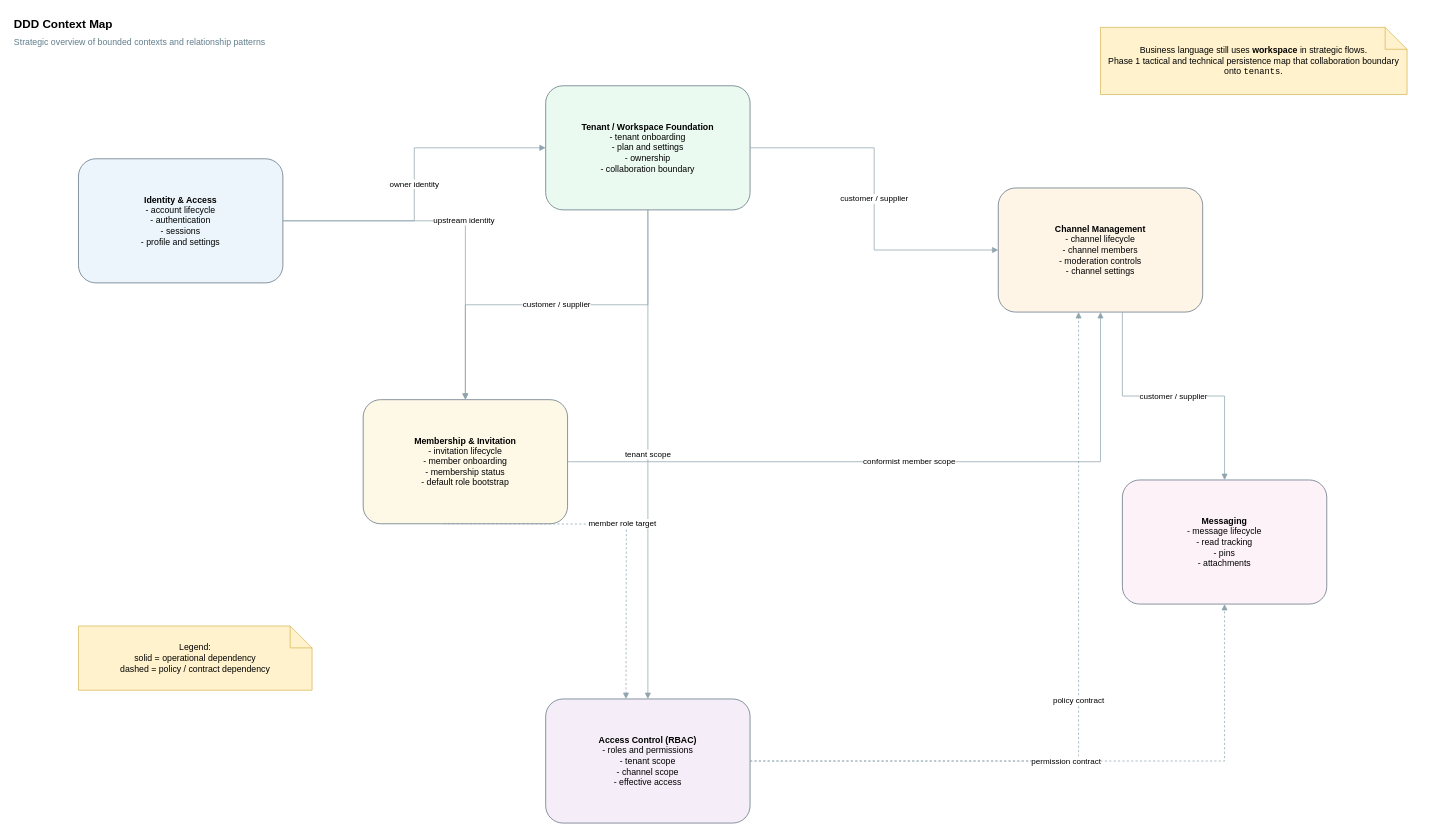
This is docs/strategic/context_map/00_context_map.drawio from NFMU/app-design, a draw.io file, before an edit. Source tidied: cells renumbered, new cells numbered last; positions are measured from the earlier drawing's top-left corner, leaving out a move shared by most shapes. Both pictures are drawn from the tidied source at 73%, with x=0, y=0 at pixel (12, 12).
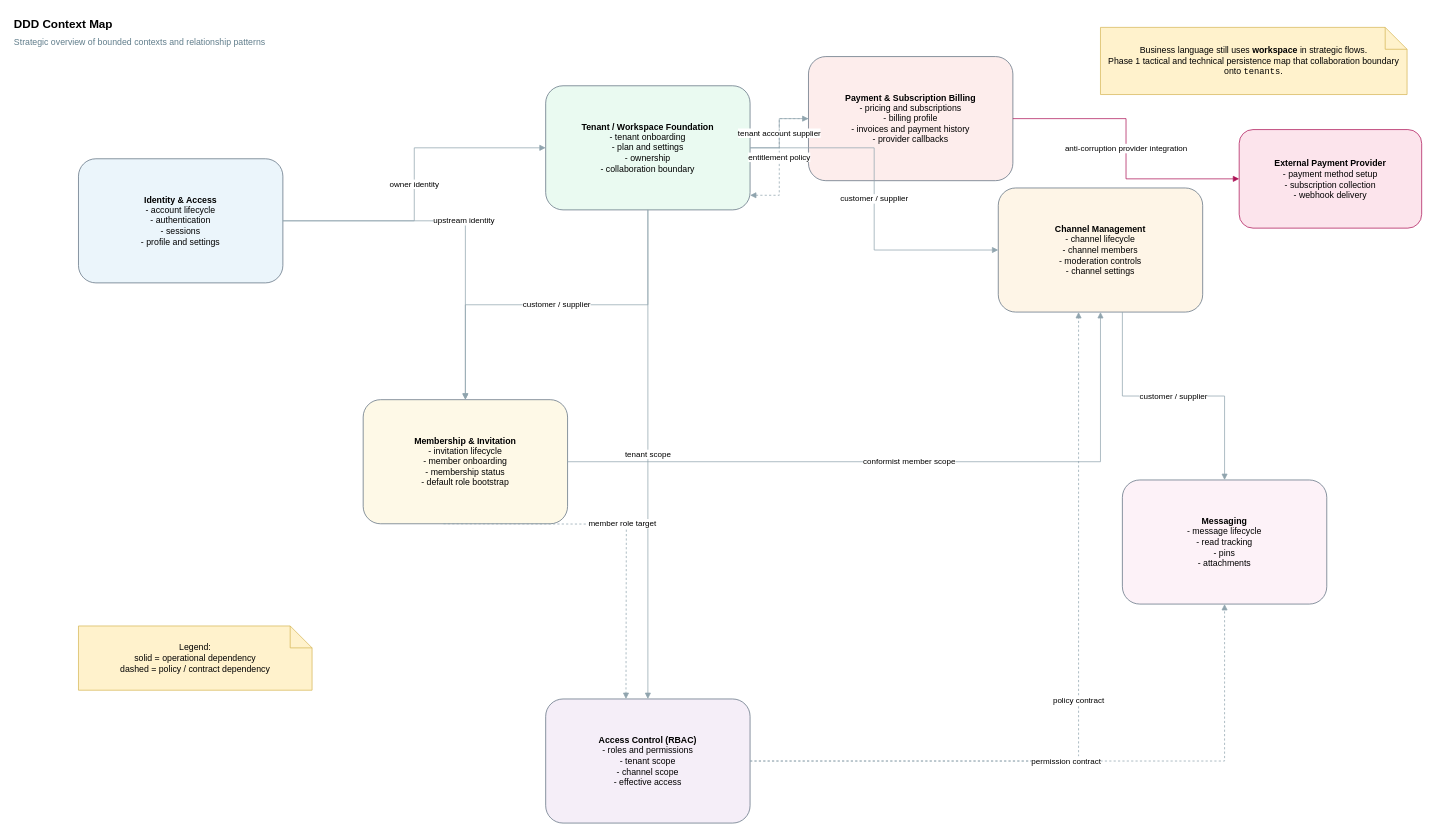
After the change.

The change refers to these unchanged cells:
```xml
<mxCell id="6" value="&lt;b&gt;Tenant / Workspace Foundation&lt;/b&gt;&lt;br/&gt;- tenant onboarding&lt;br/&gt;- plan and settings&lt;br/&gt;- ownership&lt;br/&gt;- collaboration boundary" style="rounded=1;whiteSpace=wrap;html=1;fillColor=#EAFAF1;strokeColor=#5D6D7E;fontSize=12;fontStyle=0;arcSize=14;spacing=8;" parent="1" vertex="1">
  <mxGeometry x="730" y="100" width="280" height="170" as="geometry" />
</mxCell>
```

Change to the diagram source:
```diff
@@
-    <mxCell id="4" value="Business language still uses &lt;b&gt;workspace&lt;/b&gt; in strategic flows.&lt;br&gt;Phase 1 tactical and technical persistence map that collaboration boundary onto &lt;code&gt;tenants&lt;/code&gt;." style="shape=note;whiteSpace=wrap;html=1;fillColor=#FFF2CC;strokeColor=#D6B656;" parent="1" vertex="1">
+    <mxCell id="4" value="Business language still uses &lt;b&gt;workspace&lt;/b&gt; in strategic flows.&lt;br/&gt;Phase 1 tactical and technical persistence map that collaboration boundary onto &lt;code&gt;tenants&lt;/code&gt;." style="shape=note;whiteSpace=wrap;html=1;fillColor=#FFF2CC;strokeColor=#D6B656;" parent="1" vertex="1">
       <mxGeometry x="1490" y="20" width="420" height="92" as="geometry" />
     </mxCell>
@@
+    <mxCell id="22" value="&lt;b&gt;Payment &amp; Subscription Billing&lt;/b&gt;&lt;br/&gt;- pricing and subscriptions&lt;br/&gt;- billing profile&lt;br/&gt;- invoices and payment history&lt;br/&gt;- provider callbacks" style="rounded=1;whiteSpace=wrap;html=1;fillColor=#FDEDEC;strokeColor=#5D6D7E;fontSize=12;fontStyle=0;arcSize=14;spacing=8;" parent="1" vertex="1">
+      <mxGeometry x="1090" y="60" width="280" height="170" as="geometry" />
+    </mxCell>
+    <mxCell id="23" value="&lt;b&gt;External Payment Provider&lt;/b&gt;&lt;br/&gt;- payment method setup&lt;br/&gt;- subscription collection&lt;br/&gt;- webhook delivery" style="rounded=1;whiteSpace=wrap;html=1;fillColor=#FCE4EC;strokeColor=#AD1457;fontSize=12;fontStyle=0;arcSize=14;spacing=8;" parent="1" vertex="1">
+      <mxGeometry x="1680" y="160" width="250" height="135" as="geometry" />
+    </mxCell>
@@
+    <mxCell id="24" value="tenant account supplier" style="edgeStyle=orthogonalEdgeStyle;rounded=0;curved=0;jettySize=auto;html=1;strokeColor=#90A4AE;fontSize=11;labelBackgroundColor=#FFFFFF;startArrow=none;endArrow=block;endFill=1;" parent="1" edge="1" source="6" target="22">
+      <mxGeometry relative="1" as="geometry" />
+    </mxCell>
+    <mxCell id="25" value="entitlement policy" style="edgeStyle=orthogonalEdgeStyle;rounded=0;curved=0;jettySize=auto;html=1;strokeColor=#90A4AE;fontSize=11;labelBackgroundColor=#FFFFFF;dashed=1;startArrow=none;endArrow=block;endFill=1;" parent="1" edge="1" source="22" target="6">
+      <mxGeometry relative="1" as="geometry">
+        <Array as="points">
+          <mxPoint x="1050" y="250" />
+        </Array>
+      </mxGeometry>
+    </mxCell>
+    <mxCell id="26" value="anti-corruption provider integration" style="edgeStyle=orthogonalEdgeStyle;rounded=0;curved=0;jettySize=auto;html=1;strokeColor=#AD1457;fontSize=11;labelBackgroundColor=#FFFFFF;startArrow=none;endArrow=block;endFill=1;" parent="1" edge="1" source="22" target="23">
+      <mxGeometry relative="1" as="geometry" />
+    </mxCell>
```
